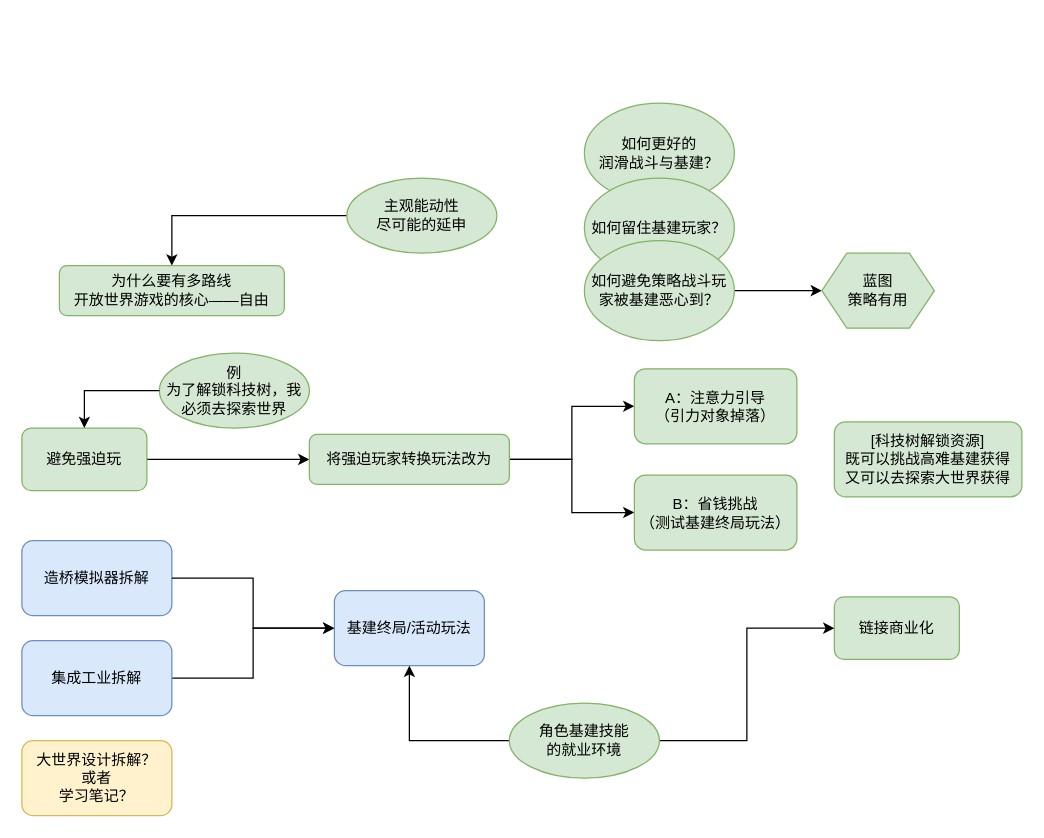
Monokero/draw.io keeps this draw.io diagram as 方舟案子思考.drawio. Above is the earlier version. Source tidied: cells renumbered, new cells numbered last; positions are measured from the earlier drawing's top-left corner, leaving out a move shared by most shapes. Both pictures are drawn from the tidied source at 125%, with x=0, y=0 at pixel (21, 102).
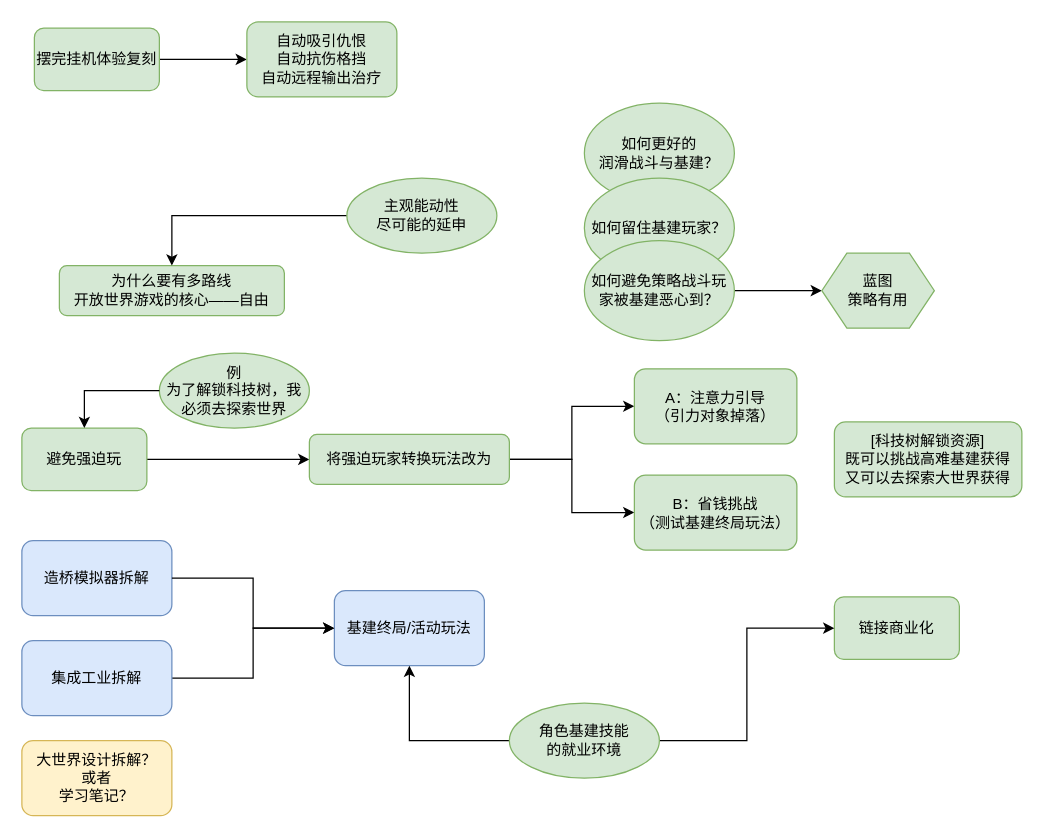
Above is the later version.

Commit message:
更新方舟案子思考.drawio

What changed in the source:
```diff
@@
+    <mxCell id="30" style="edgeStyle=orthogonalEdgeStyle;rounded=0;jettySize=auto;html=1;" parent="1" edge="1" source="31" target="32">
+      <mxGeometry relative="1" as="geometry" />
+    </mxCell>
+    <mxCell id="31" value="摆完挂机体验复刻" style="rounded=1;whiteSpace=wrap;html=1;fillColor=#d5e8d4;strokeColor=#82b366;" parent="1" vertex="1">
+      <mxGeometry x="10" y="-60" width="100" height="50" as="geometry" />
+    </mxCell>
+    <mxCell id="32" value="自动吸引仇恨&lt;div&gt;自动抗伤格挡&lt;/div&gt;&lt;div&gt;自动远程输出治疗&lt;/div&gt;" style="whiteSpace=wrap;html=1;fillColor=#d5e8d4;strokeColor=#82b366;rounded=1;" parent="1" vertex="1">
+      <mxGeometry x="180" y="-65" width="120" height="60" as="geometry" />
+    </mxCell>
```
